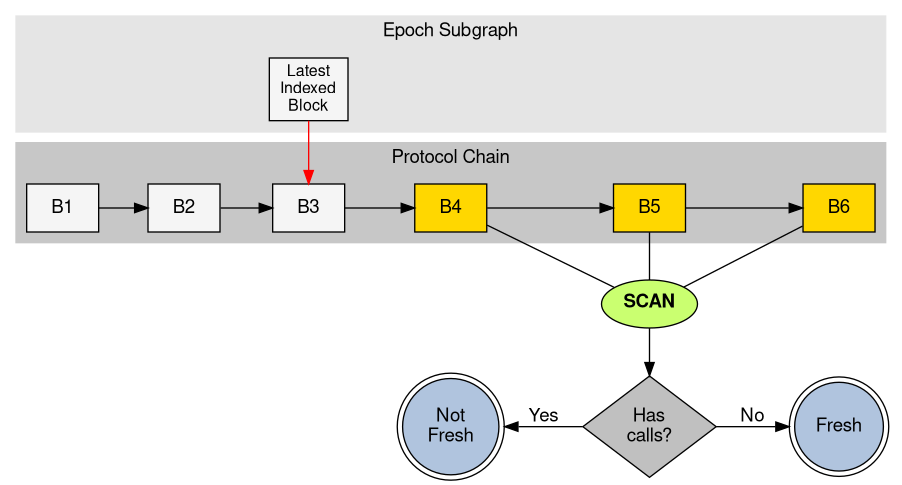
The Graphviz diagram crates/oracle/docs/graphviz/subgraph_freshness_detail.png in Nimbus1102/block-oracle, before a commit. Its source is kept beside it as crates/oracle/docs/graphviz/subgraph_freshness_detail.dot.
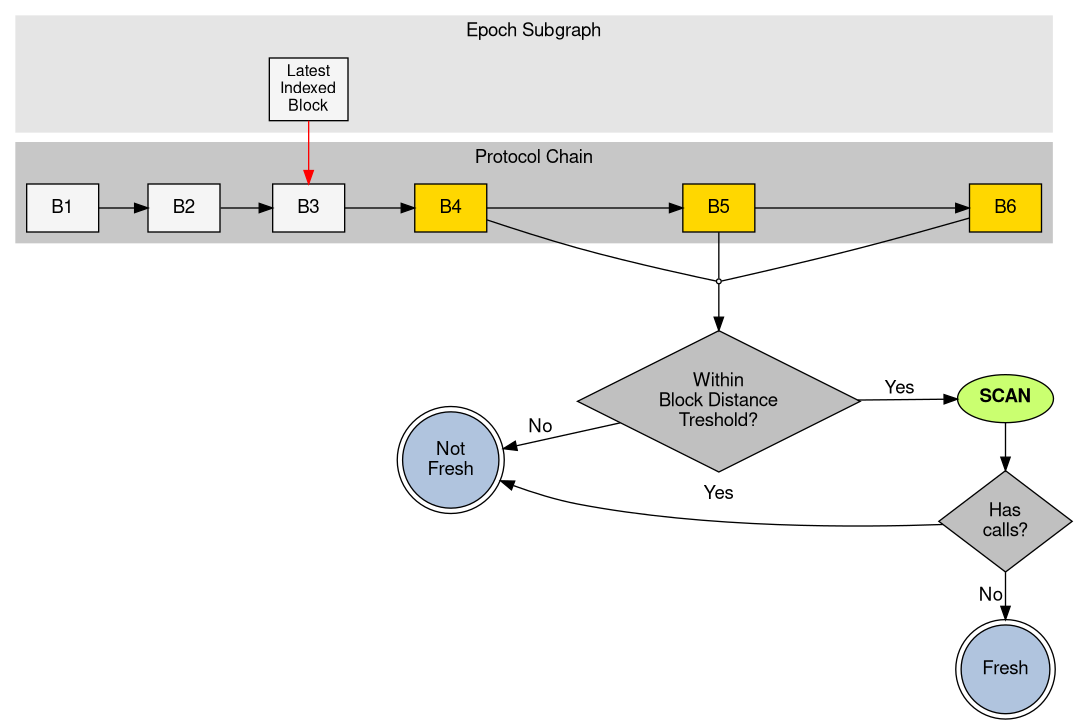
Later version of the same file.

Commit message:
doc: freshness check: block distance

Diff of the diagram source:
```diff
@@ -21,10 +21,11 @@
     SB6  [style=invis]
 
     Scan [shape=ellipse, fillcolor=darkolivegreen1, label=<<B>SCAN</B>>]
-    COND_HAS_TRANSACTIONS [shape=diamond, label="Has\ncalls?", fillcolor=gray]
+    COND_BLOCK_DISTANCE [shape=diamond, fillcolor=grey, label="Within\nBlock Distance\nTreshold?"]
+    COND_HAS_CALLS [shape=diamond, label="Has\ncalls?", fillcolor=gray]
     Fresh [shape=doublecircle, fillcolor=lightsteelblue]
     NotFresh [shape=doublecircle, label="Not\nFresh", fillcolor=lightsteelblue]
-
+    PHANTOM_BLOCK_DISTANCE [shape=point]
 
     subgraph cluster_protocol_chain {
         label="Protocol Chain"
@@ -43,17 +44,21 @@
     { rank=same; CB1; SB1; }
     { rank=same; CB2; SB2; }
     { rank=same; CB3; SB3; }
-    { rank=same; CB4; SB4; NotFresh}
-    { rank=same; CB5; SB5; }
-    { rank=same; CB6; SB6; Fresh }
-    { rank=same; Scan; CB5; COND_HAS_TRANSACTIONS}
+    { rank=same; CB4; SB4; NotFresh }
+    { rank=same; CB5; SB5; COND_BLOCK_DISTANCE; PHANTOM_BLOCK_DISTANCE }
+    { rank=same; CB6; SB6; Fresh, Scan, COND_HAS_CALLS }
+
 
     SB3 -> CB3 [color=red]
-    Scan -> CB4 [arrowhead=none]
-    Scan -> CB5 [arrowhead=none]
-    Scan -> CB6 [arrowhead=none]
+    PHANTOM_BLOCK_DISTANCE -> CB4 [arrowhead=none]
+    PHANTOM_BLOCK_DISTANCE -> CB5 [arrowhead=none]
+    PHANTOM_BLOCK_DISTANCE -> CB6 [arrowhead=none]
 
-    Scan -> COND_HAS_TRANSACTIONS
-    COND_HAS_TRANSACTIONS -> Fresh [label="No"]
-    COND_HAS_TRANSACTIONS -> NotFresh [label="Yes"]
+    PHANTOM_BLOCK_DISTANCE -> COND_BLOCK_DISTANCE
+
+    COND_BLOCK_DISTANCE -> Scan [label="Yes"]
+    COND_BLOCK_DISTANCE -> NotFresh [label="No"]
+    Scan -> COND_HAS_CALLS
+    COND_HAS_CALLS -> Fresh [label="No"]
+    COND_HAS_CALLS -> NotFresh [label="Yes"]
 }
```
